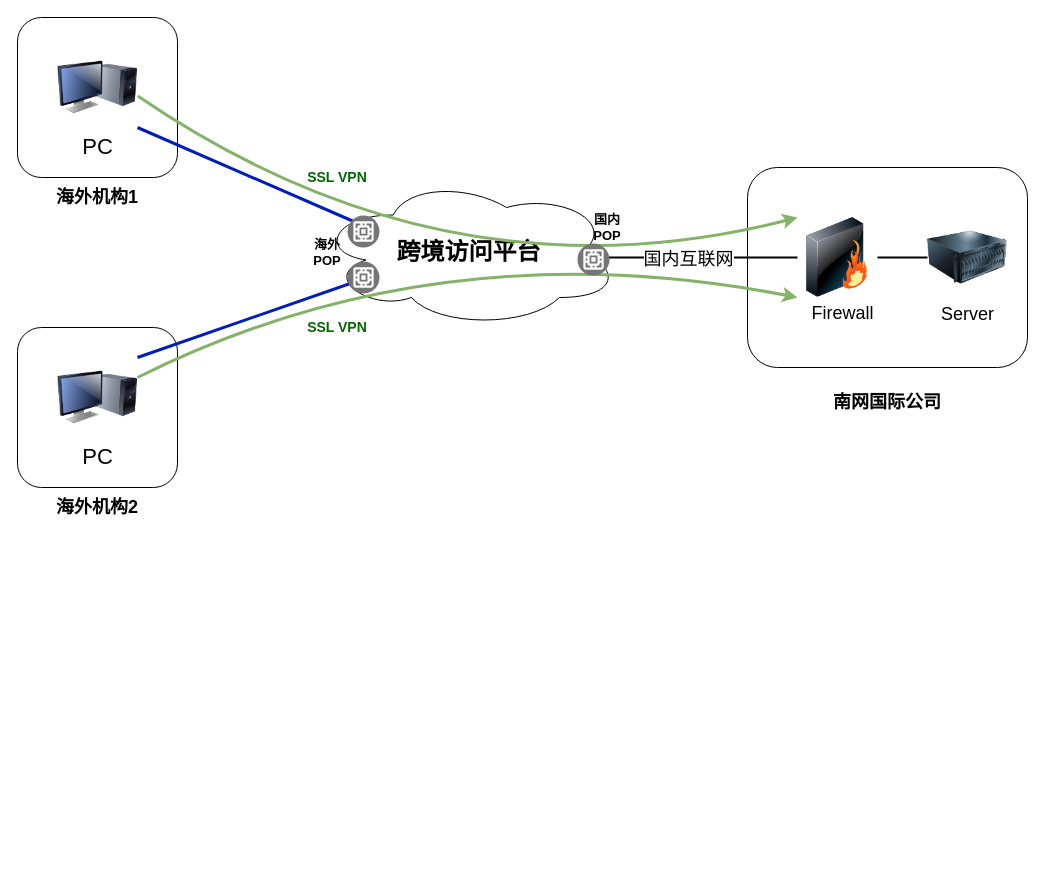
Above: page "方案要求" (2 of 4) of 南网国际.drawio in ZILLIONTSANG/NetworkDiagrams (draw.io), before the change. Source tidied: cells renumbered, new cells numbered last; positions are measured from the earlier drawing's top-left corner, leaving out a move shared by most shapes. Both pictures are drawn from the tidied source at 100%, with x=0, y=0 at pixel (17, 17).
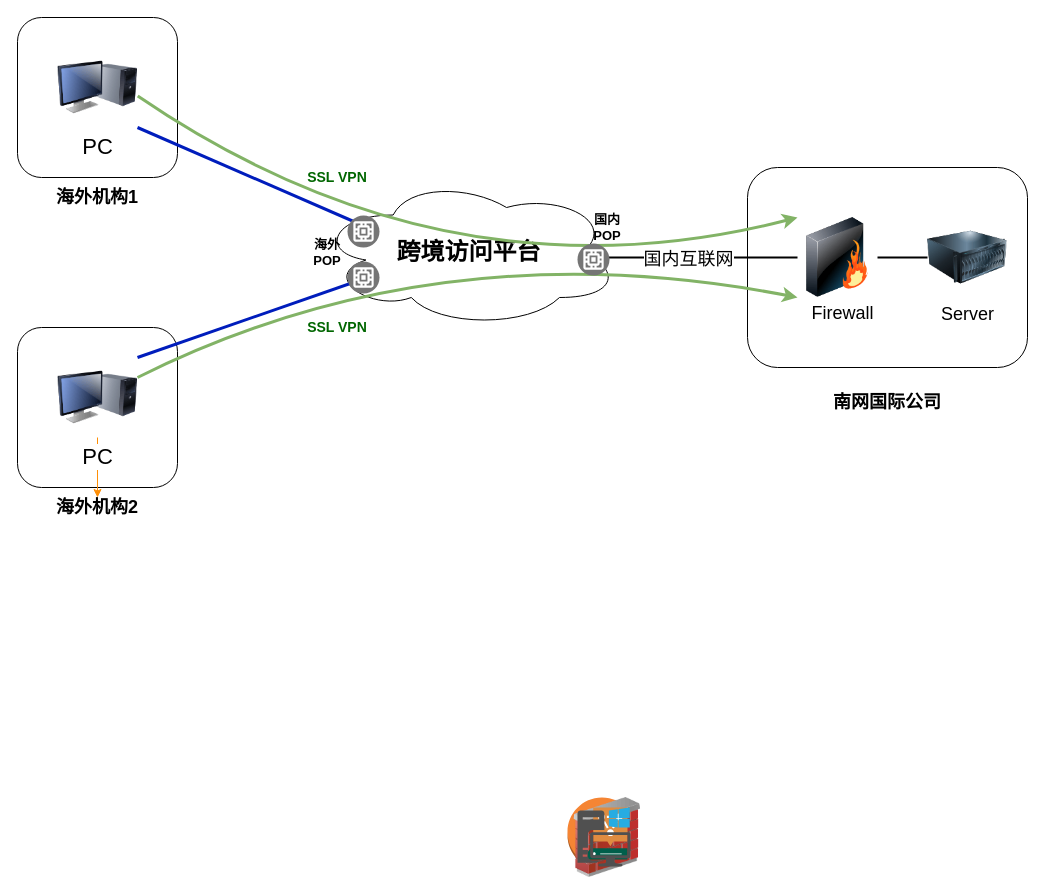
The same diagram, later.

Unchanged cells that the change refers to:
```xml
<mxCell id="5" style="group;" parent="1" vertex="1">
  <mxGeometry y="310" width="160" height="190" as="geometry" />
</mxCell>
<mxCell id="7" value="PC" style="image;html=1;labelBackgroundColor=#ffffff;image=img/lib/clip_art/computers/Monitor_Tower_128x128.png;rounded=1;shadow=0;comic=0;strokeWidth=2;fontSize=22;" parent="5" vertex="1">
  <mxGeometry x="40" y="30" width="80" height="80" as="geometry" />
</mxCell>
<mxCell id="8" value="&lt;b&gt;&lt;font style=&quot;font-size: 18px&quot;&gt;海外机构2&lt;/font&gt;&lt;/b&gt;" style="text;html=1;strokeColor=none;fillColor=none;align=center;verticalAlign=middle;whiteSpace=wrap;rounded=0;" parent="5" vertex="1">
  <mxGeometry x="20" y="170" width="120" height="20" as="geometry" />
</mxCell>
```

Change to the diagram source:
```diff
@@
+    <mxCell id="30" style="edgeStyle=orthogonalEdgeStyle;rounded=0;jettySize=auto;html=1;strokeColor=#FF8F06;" parent="5" edge="1" source="7" target="8">
+      <mxGeometry relative="1" as="geometry" />
+    </mxCell>
@@
+    <mxCell id="31" style="dashed=0;verticalLabelPosition=bottom;verticalAlign=top;align=center;html=1;shape=mxgraph.aws3.internet_gateway;fillColor=#F58534;gradientColor=none;" parent="1" vertex="1">
+      <mxGeometry x="550" y="780" width="69" height="72" as="geometry" />
+    </mxCell>
+    <mxCell id="32" style="perimeter=ellipsePerimeter;html=1;align=center;shadow=0;dashed=0;spacingTop=3;image;image=img/lib/active_directory/internet_cloud.svg;" parent="1" vertex="1">
+      <mxGeometry x="560" y="800" width="50" height="31.5" as="geometry" />
+    </mxCell>
+    <mxCell id="33" style="image;html=1;image=img/lib/clip_art/networking/Firewall_02_128x128.png;" parent="1" vertex="1">
+      <mxGeometry x="550" y="780" width="80" height="80" as="geometry" />
+    </mxCell>
+    <mxCell id="34" style="shadow=0;dashed=0;html=1;strokeColor=none;fillColor=#005F4B;labelPosition=center;verticalLabelPosition=bottom;verticalAlign=top;align=center;shape=mxgraph.veeam2.vpn_server;" parent="1" vertex="1">
+      <mxGeometry x="570" y="790" width="40" height="52" as="geometry" />
+    </mxCell>
+    <mxCell id="35" style="shadow=0;dashed=0;html=1;strokeColor=none;fillColor=#505050;labelPosition=center;verticalLabelPosition=bottom;verticalAlign=top;align=center;shape=mxgraph.office.devices.workstation_pc;" parent="1" vertex="1">
+      <mxGeometry x="560" y="790" width="53" height="59" as="geometry" />
+    </mxCell>
```
